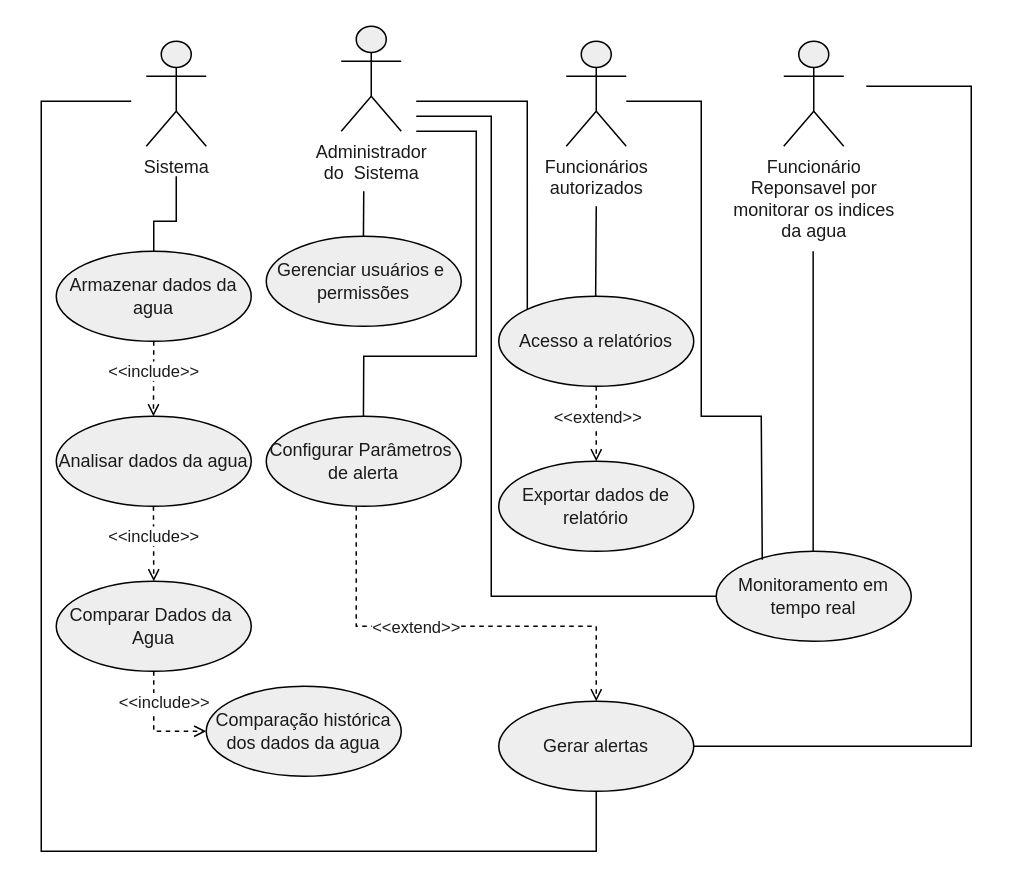
Before: Design/Diagrama sem nome.drawio in Mateussouza011/Wanderley_IA, a draw.io diagram. Source tidied: cells renumbered, new cells numbered last; positions are measured from the earlier drawing's top-left corner, leaving out a move shared by most shapes. Both pictures are drawn from the tidied source at 150%, with x=0, y=0 at pixel (26, 26).
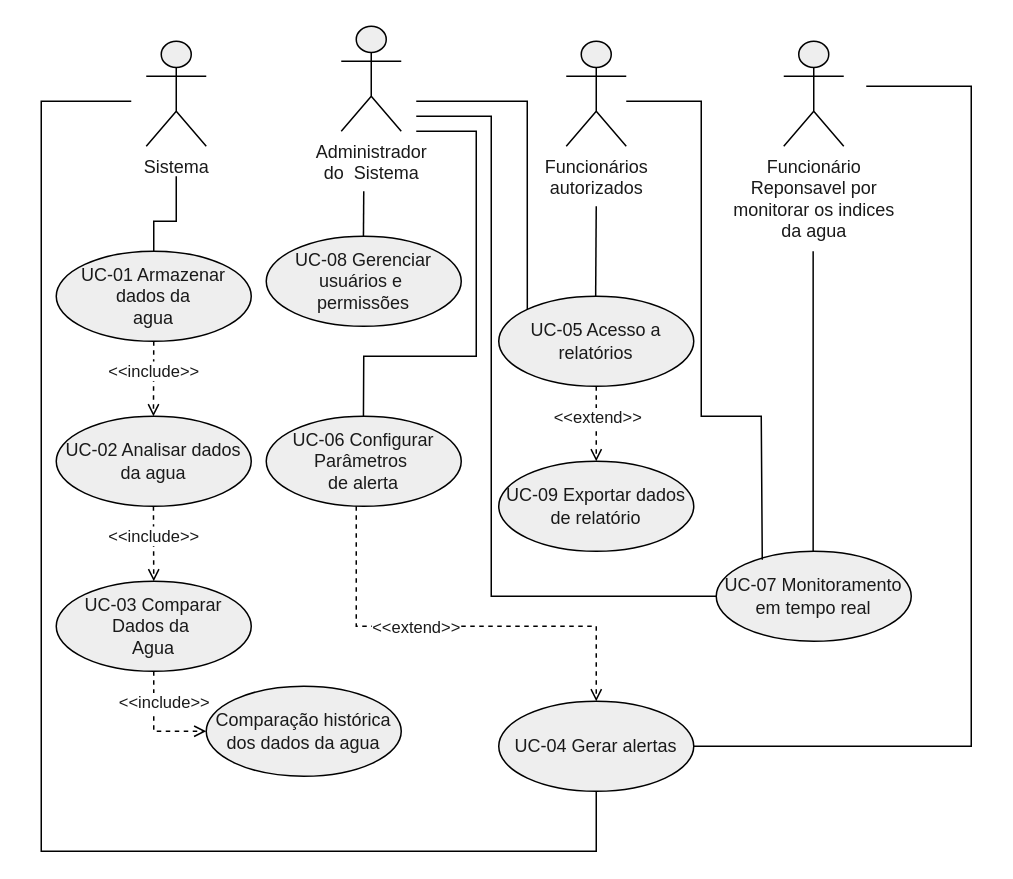
The same page after the edit.

Change to the diagram source:
```diff
@@
-    <mxCell id="6" value="Analisar dados da agua" style="ellipse;whiteSpace=wrap;html=1;strokeColor=#000000;fontColor=#1A1A1A;fillColor=#EEEEEE;" parent="1" vertex="1">
+    <mxCell id="6" value="UC-02 Analisar dados da agua" style="ellipse;whiteSpace=wrap;html=1;strokeColor=#000000;fontColor=#1A1A1A;fillColor=#EEEEEE;" parent="1" vertex="1">
       <mxGeometry x="20" y="260" width="130" height="60" as="geometry" />
     </mxCell>
-    <mxCell id="7" value="Armazenar dados da&lt;br&gt;agua" style="ellipse;whiteSpace=wrap;html=1;strokeColor=#000000;fontColor=#1A1A1A;fillColor=#EEEEEE;" parent="1" vertex="1">
+    <mxCell id="7" value="UC-01 Armazenar dados da&lt;br&gt;agua" style="ellipse;whiteSpace=wrap;html=1;strokeColor=#000000;fontColor=#1A1A1A;fillColor=#EEEEEE;" parent="1" vertex="1">
       <mxGeometry x="20" y="150" width="130" height="60" as="geometry" />
     </mxCell>
@@
-    <mxCell id="14" value="Comparar Dados da&amp;nbsp;&lt;br&gt;Agua" style="ellipse;whiteSpace=wrap;html=1;strokeColor=#000000;fontColor=#1A1A1A;fillColor=#EEEEEE;" parent="1" vertex="1">
+    <mxCell id="14" value="UC-03 Comparar Dados da&amp;nbsp;&lt;br&gt;Agua" style="ellipse;whiteSpace=wrap;html=1;strokeColor=#000000;fontColor=#1A1A1A;fillColor=#EEEEEE;" parent="1" vertex="1">
       <mxGeometry x="20" y="370" width="130" height="60" as="geometry" />
     </mxCell>
-    <mxCell id="15" value="Monitoramento em tempo real" style="ellipse;whiteSpace=wrap;html=1;strokeColor=#000000;fontColor=#1A1A1A;fillColor=#EEEEEE;" parent="1" vertex="1">
+    <mxCell id="15" value="UC-07 Monitoramento em tempo real" style="ellipse;whiteSpace=wrap;html=1;strokeColor=#000000;fontColor=#1A1A1A;fillColor=#EEEEEE;" parent="1" vertex="1">
       <mxGeometry x="460" y="350" width="130" height="60" as="geometry" />
     </mxCell>
-    <mxCell id="16" value="Gerar alertas" style="ellipse;whiteSpace=wrap;html=1;strokeColor=#000000;fontColor=#1A1A1A;fillColor=#EEEEEE;" parent="1" vertex="1">
+    <mxCell id="16" value="UC-04 Gerar alertas" style="ellipse;whiteSpace=wrap;html=1;strokeColor=#000000;fontColor=#1A1A1A;fillColor=#EEEEEE;" parent="1" vertex="1">
       <mxGeometry x="315" y="450" width="130" height="60" as="geometry" />
     </mxCell>
-    <mxCell id="17" value="Configurar Parâmetros&amp;nbsp;&lt;br&gt;de alerta" style="ellipse;whiteSpace=wrap;html=1;strokeColor=#000000;fontColor=#1A1A1A;fillColor=#EEEEEE;" parent="1" vertex="1">
+    <mxCell id="17" value="UC-06 Configurar Parâmetros&amp;nbsp;&lt;br&gt;de alerta" style="ellipse;whiteSpace=wrap;html=1;strokeColor=#000000;fontColor=#1A1A1A;fillColor=#EEEEEE;" parent="1" vertex="1">
       <mxGeometry x="160" y="260" width="130" height="60" as="geometry" />
     </mxCell>
-    <mxCell id="18" value="Gerenciar usuários e&amp;nbsp;&lt;br&gt;permissões" style="ellipse;whiteSpace=wrap;html=1;strokeColor=#000000;fontColor=#1A1A1A;fillColor=#EEEEEE;" parent="1" vertex="1">
+    <mxCell id="18" value="UC-08 Gerenciar usuários e&amp;nbsp;&lt;br&gt;permissões" style="ellipse;whiteSpace=wrap;html=1;strokeColor=#000000;fontColor=#1A1A1A;fillColor=#EEEEEE;" parent="1" vertex="1">
       <mxGeometry x="160" y="140" width="130" height="60" as="geometry" />
     </mxCell>
-    <mxCell id="19" value="Acesso a relatórios" style="ellipse;whiteSpace=wrap;html=1;strokeColor=#000000;fontColor=#1A1A1A;fillColor=#EEEEEE;" parent="1" vertex="1">
+    <mxCell id="19" value="UC-05 Acesso a relatórios" style="ellipse;whiteSpace=wrap;html=1;strokeColor=#000000;fontColor=#1A1A1A;fillColor=#EEEEEE;" parent="1" vertex="1">
       <mxGeometry x="315" y="180" width="130" height="60" as="geometry" />
     </mxCell>
-    <mxCell id="20" value="Exportar dados de relatório" style="ellipse;whiteSpace=wrap;html=1;strokeColor=#000000;fontColor=#1A1A1A;fillColor=#EEEEEE;" parent="1" vertex="1">
+    <mxCell id="20" value="UC-09 Exportar dados de relatório" style="ellipse;whiteSpace=wrap;html=1;strokeColor=#000000;fontColor=#1A1A1A;fillColor=#EEEEEE;" parent="1" vertex="1">
       <mxGeometry x="315" y="290" width="130" height="60" as="geometry" />
     </mxCell>
```
